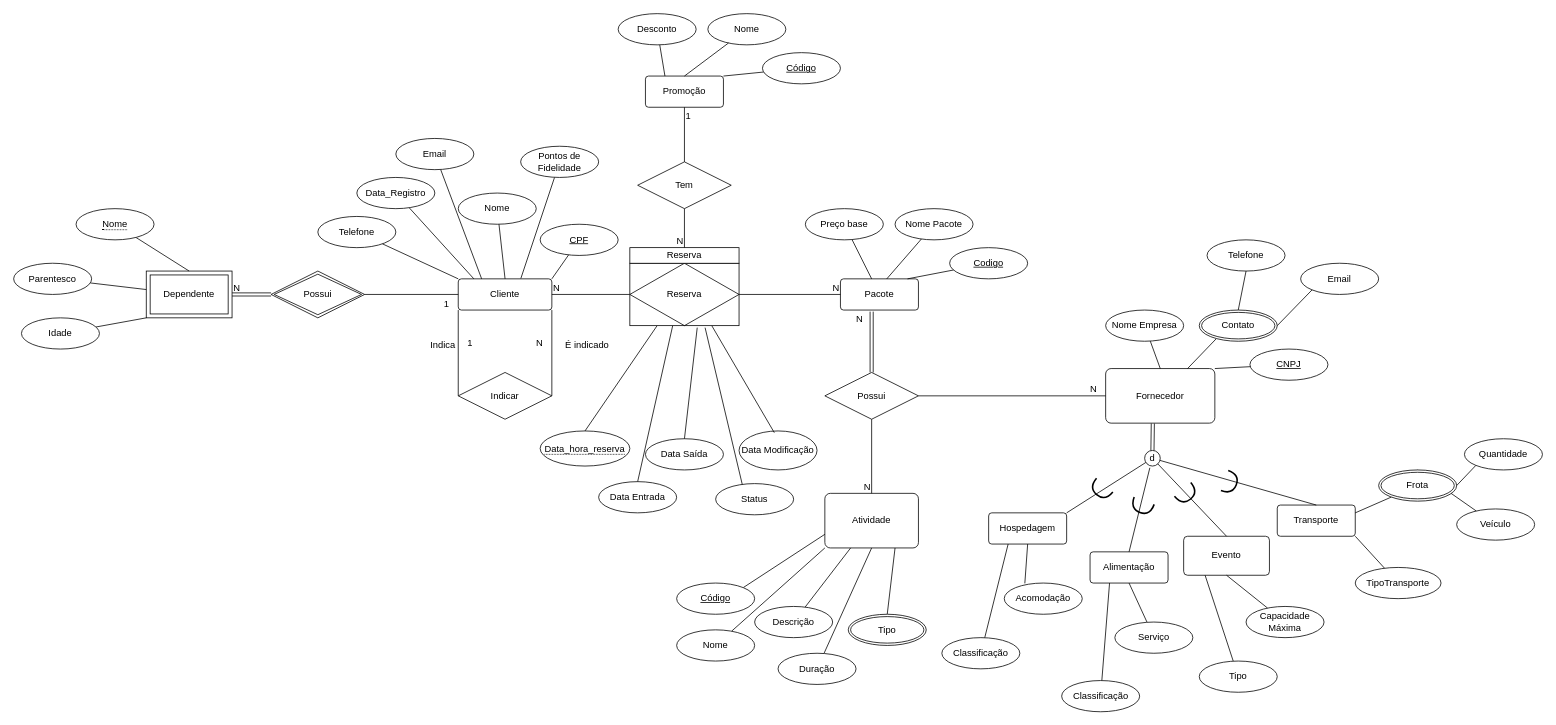
This is EER_tripagency.drawio from marquesgbr/TripAgencySys, a draw.io file, before an edit. Source tidied: cells renumbered, new cells numbered last; positions are measured from the earlier drawing's top-left corner, leaving out a move shared by most shapes. Both pictures are drawn from the tidied source at 78%, with x=0, y=0 at pixel (13, 13).
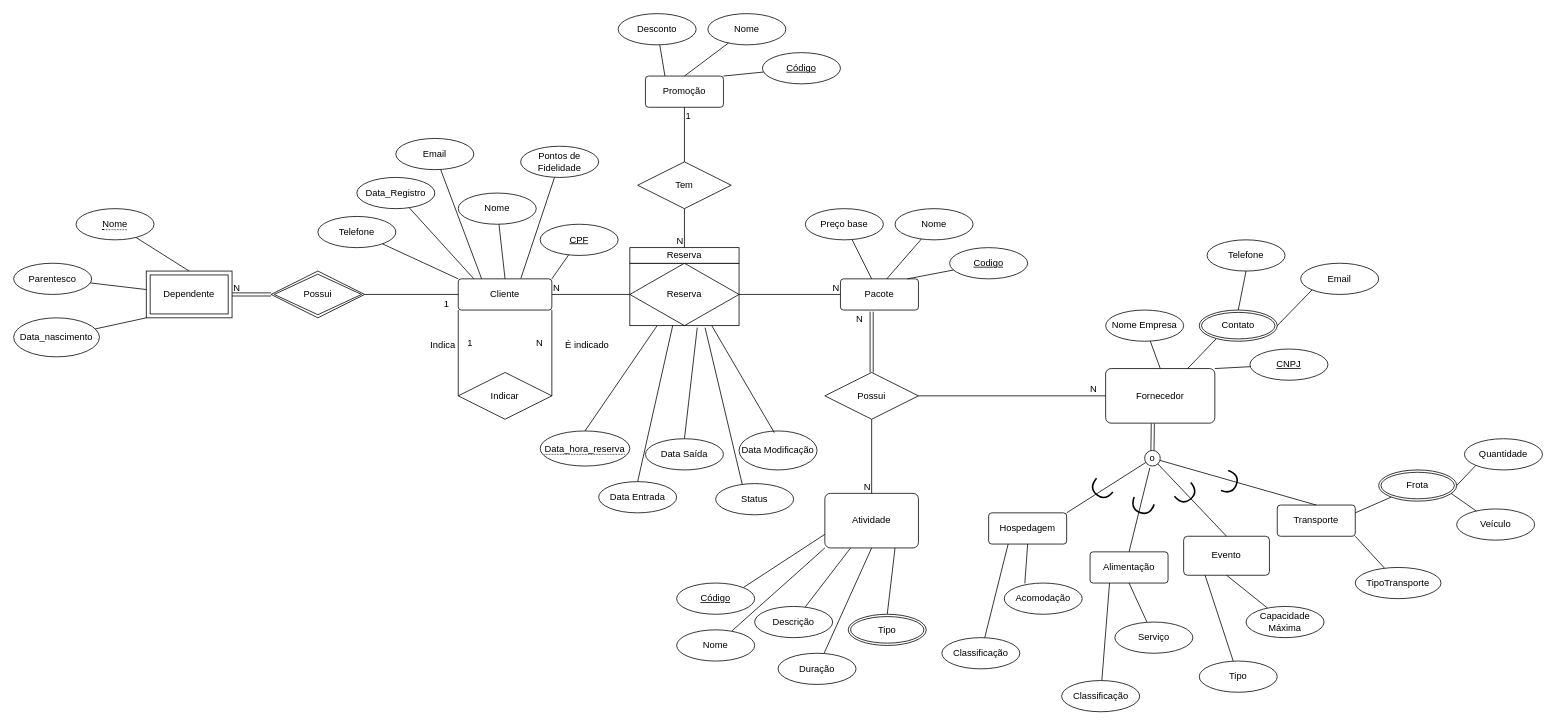
After the change.

Change to the diagram source:
```diff
@@
-    <mxCell id="33" value="d" style="ellipse;whiteSpace=wrap;html=1;" parent="1" vertex="1">
+    <mxCell id="33" value="o" style="ellipse;whiteSpace=wrap;html=1;" parent="1" vertex="1">
       <mxGeometry x="1450" y="560" width="20" height="20" as="geometry" />
     </mxCell>
@@
-    <mxCell id="45" value="Nome Pacote" style="ellipse;whiteSpace=wrap;html=1;align=center;" parent="1" vertex="1">
+    <mxCell id="45" value="Nome" style="ellipse;whiteSpace=wrap;html=1;align=center;" parent="1" vertex="1">
       <mxGeometry x="1130" y="250" width="100" height="40" as="geometry" />
     </mxCell>
@@
-    <mxCell id="92" value="Idade" style="ellipse;whiteSpace=wrap;html=1;align=center;" parent="1" vertex="1">
-      <mxGeometry x="10" y="390" width="100" height="40" as="geometry" />
+    <mxCell id="92" value="Data_nascimento" style="ellipse;whiteSpace=wrap;html=1;align=center;" parent="1" vertex="1">
+      <mxGeometry y="390" width="110" height="50" as="geometry" />
     </mxCell>
```
